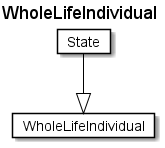
This is fragments/diagrams/WholeLifeIndividual.png from rtigran/rdf2adoc, a PlantUML export, as it was before one commit.
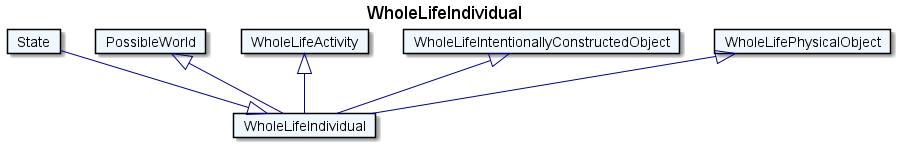
The same diagram one commit later.

Change to the diagram source:
```diff
@@ -1,11 +1,27 @@
 @startuml
 Title WholeLifeIndividual
 
-Card WholeLifeIndividual #fff [
+Card WholeLifeIndividual #F0F8FF [
 WholeLifeIndividual
 ]
-Card State #fff [
+Card State #F0F8FF [
 State
 ]
-State --|> WholeLifeIndividual  #000
+State --|> WholeLifeIndividual  #00008B
+Card PossibleWorld #F0F8FF [
+PossibleWorld
+]
+PossibleWorld <|-- WholeLifeIndividual  #00008B
+Card WholeLifeActivity #F0F8FF [
+WholeLifeActivity
+]
+WholeLifeActivity <|-- WholeLifeIndividual  #00008B
+Card WholeLifeIntentionallyConstructedObject #F0F8FF [
+WholeLifeIntentionallyConstructedObject
+]
+WholeLifeIntentionallyConstructedObject <|-- WholeLifeIndividual  #00008B
+Card WholeLifePhysicalObject #F0F8FF [
+WholeLifePhysicalObject
+]
+WholeLifePhysicalObject <|-- WholeLifeIndividual  #00008B
 @enduml
```
